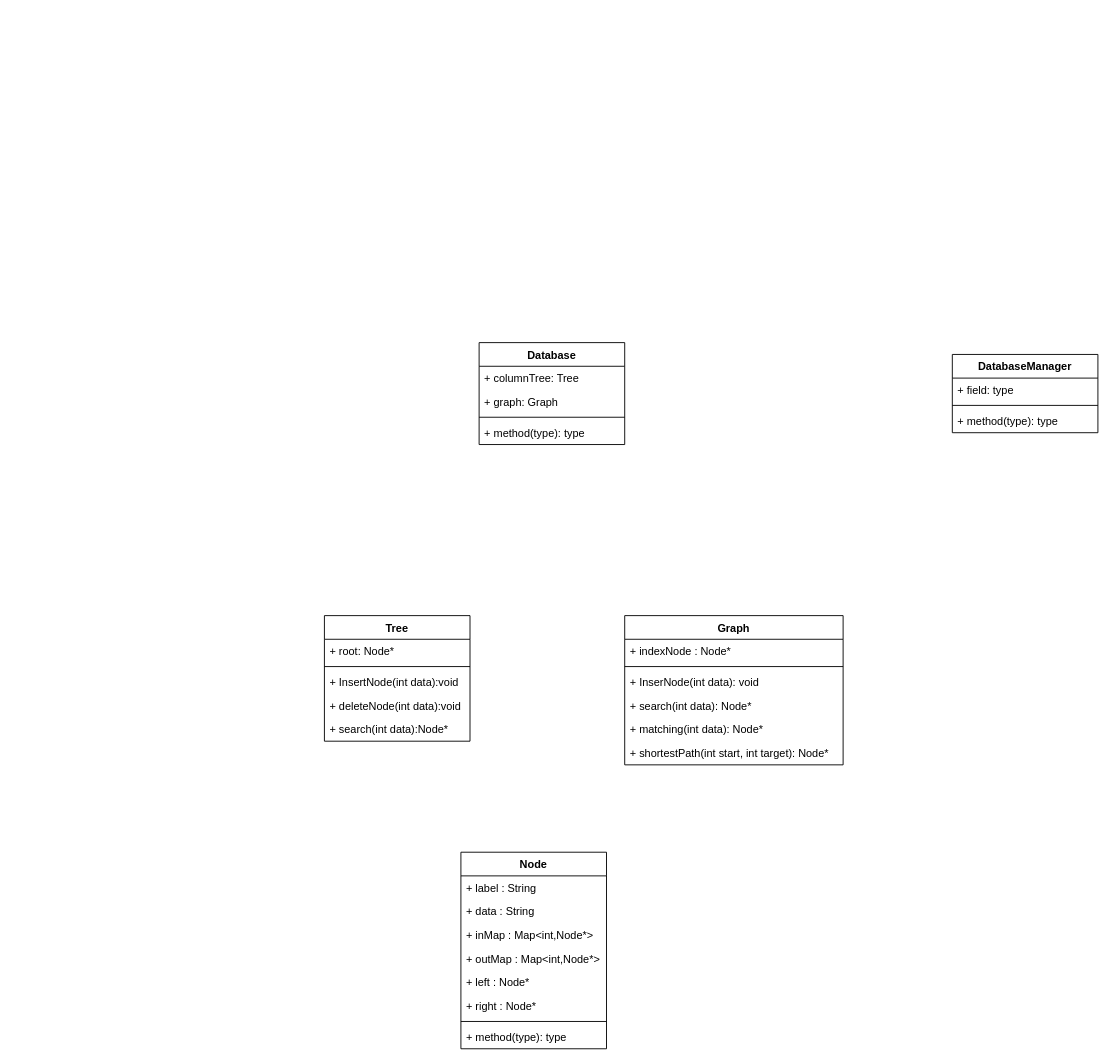
Before: classDiagram.drawio in oshan35/Graph-Based-Data-Management-Tool, a draw.io diagram. Source tidied: cells renumbered, new cells numbered last; positions are measured from the earlier drawing's top-left corner, leaving out a move shared by most shapes. Both pictures are drawn from the tidied source at 91%, with x=0, y=0 at pixel (324, 342).
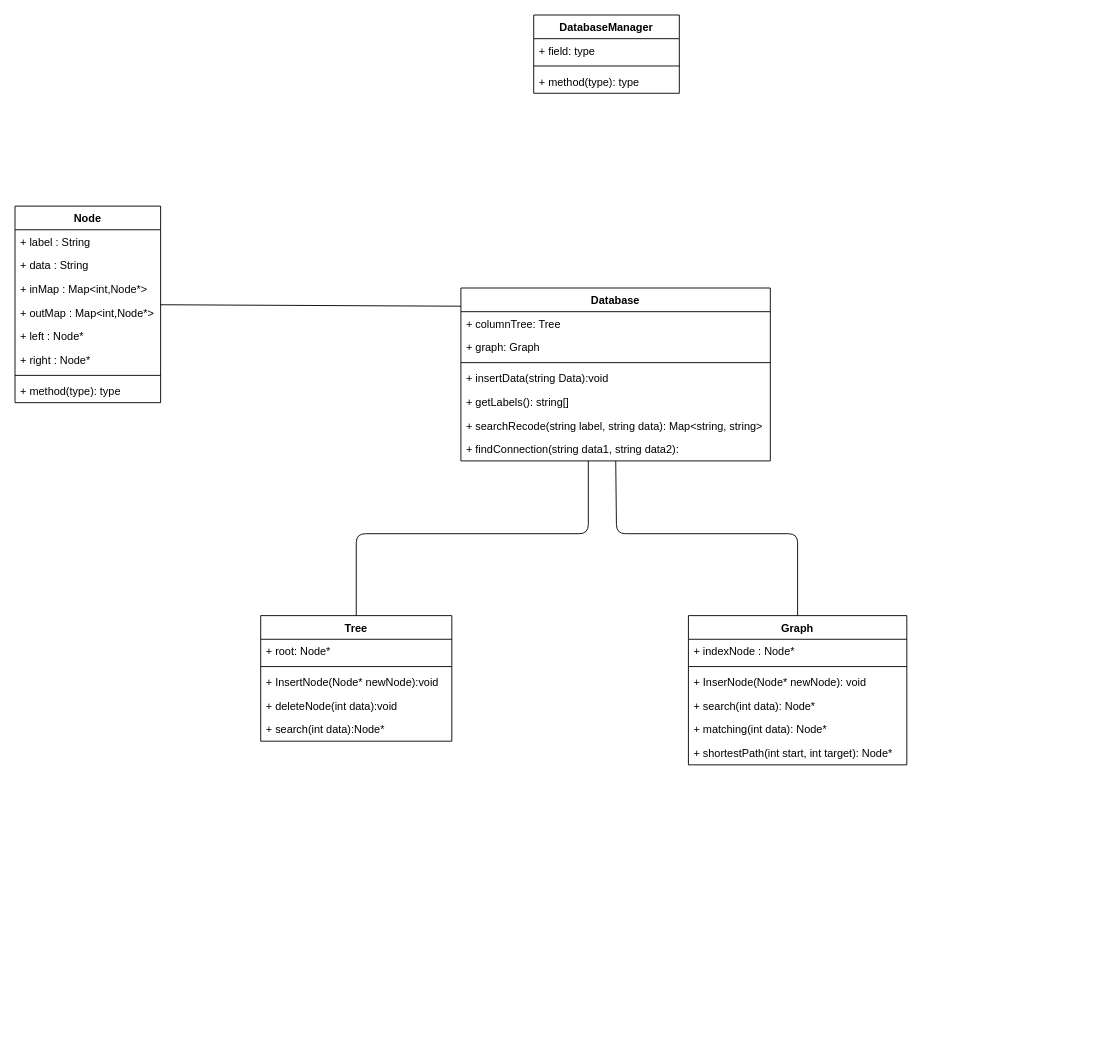
Above is the later version.

Commit message:
changes to class diagram

The edit, as a diff of the source:
```diff
@@
     <mxCell id="2" value="Node" style="swimlane;fontStyle=1;align=center;verticalAlign=top;horizontal=1;startSize=26;" parent="1" vertex="1">
-      <mxGeometry x="150" y="560" width="160" height="216" as="geometry" />
+      <mxGeometry x="-340" y="-150" width="160" height="216" as="geometry" />
     </mxCell>
@@
     <mxCell id="11" value="Graph&#10;" style="swimlane;fontStyle=1;align=center;verticalAlign=top;horizontal=1;startSize=26;" parent="1" vertex="1">
-      <mxGeometry x="330" y="300" width="240" height="164" as="geometry" />
+      <mxGeometry x="400" y="300" width="240" height="164" as="geometry" />
     </mxCell>
@@
-    <mxCell id="14" value="+ InserNode(int data): void" style="text;strokeColor=none;fillColor=none;align=left;verticalAlign=top;spacingLeft=4;spacingRight=4;overflow=hidden;" parent="11" vertex="1">
+    <mxCell id="14" value="+ InserNode(Node* newNode): void" style="text;strokeColor=none;fillColor=none;align=left;verticalAlign=top;spacingLeft=4;spacingRight=4;overflow=hidden;" parent="11" vertex="1">
       <mxGeometry y="60" width="240" height="26" as="geometry" />
     </mxCell>
@@
     <mxCell id="18" value="Tree&#10;" style="swimlane;fontStyle=1;align=center;verticalAlign=top;horizontal=1;startSize=26;" parent="1" vertex="1">
-      <mxGeometry y="300" width="160" height="138" as="geometry" />
+      <mxGeometry x="-70" y="300" width="210" height="138" as="geometry" />
     </mxCell>
     <mxCell id="19" value="+ root: Node*" style="text;strokeColor=none;fillColor=none;align=left;verticalAlign=top;spacingLeft=4;spacingRight=4;overflow=hidden;" parent="18" vertex="1">
-      <mxGeometry y="26" width="160" height="26" as="geometry" />
+      <mxGeometry y="26" width="210" height="26" as="geometry" />
     </mxCell>
     <mxCell id="20" style="line;strokeWidth=1;fillColor=none;align=left;verticalAlign=middle;spacingTop=-1;spacingLeft=3;spacingRight=3;labelPosition=right;" parent="18" vertex="1">
-      <mxGeometry y="52" width="160" height="8" as="geometry" />
+      <mxGeometry y="52" width="210" height="8" as="geometry" />
     </mxCell>
-    <mxCell id="21" value="+ InsertNode(int data):void" style="text;strokeColor=none;fillColor=none;align=left;verticalAlign=top;spacingLeft=4;spacingRight=4;overflow=hidden;" parent="18" vertex="1">
-      <mxGeometry y="60" width="160" height="26" as="geometry" />
+    <mxCell id="21" value="+ InsertNode(Node* newNode):void" style="text;strokeColor=none;fillColor=none;align=left;verticalAlign=top;spacingLeft=4;spacingRight=4;overflow=hidden;" parent="18" vertex="1">
+      <mxGeometry y="60" width="210" height="26" as="geometry" />
     </mxCell>
     <mxCell id="22" value="+ deleteNode(int data):void" style="text;strokeColor=none;fillColor=none;align=left;verticalAlign=top;spacingLeft=4;spacingRight=4;overflow=hidden;" parent="18" vertex="1">
-      <mxGeometry y="86" width="160" height="26" as="geometry" />
+      <mxGeometry y="86" width="210" height="26" as="geometry" />
     </mxCell>
     <mxCell id="23" value="+ search(int data):Node*" style="text;strokeColor=none;fillColor=none;align=left;verticalAlign=top;spacingLeft=4;spacingRight=4;overflow=hidden;" parent="18" vertex="1">
-      <mxGeometry y="112" width="160" height="26" as="geometry" />
+      <mxGeometry y="112" width="210" height="26" as="geometry" />
     </mxCell>
     <mxCell id="24" value="Database" style="swimlane;fontStyle=1;align=center;verticalAlign=top;horizontal=1;startSize=26;" parent="1" vertex="1">
-      <mxGeometry x="170" width="160" height="112" as="geometry" />
+      <mxGeometry x="150" y="-60" width="340" height="190" as="geometry" />
     </mxCell>
     <mxCell id="25" value="+ columnTree: Tree" style="text;strokeColor=none;fillColor=none;align=left;verticalAlign=top;spacingLeft=4;spacingRight=4;overflow=hidden;" parent="24" vertex="1">
-      <mxGeometry y="26" width="160" height="26" as="geometry" />
+      <mxGeometry y="26" width="340" height="26" as="geometry" />
     </mxCell>
     <mxCell id="26" value="+ graph: Graph" style="text;strokeColor=none;fillColor=none;align=left;verticalAlign=top;spacingLeft=4;spacingRight=4;overflow=hidden;" parent="24" vertex="1">
-      <mxGeometry y="52" width="160" height="26" as="geometry" />
+      <mxGeometry y="52" width="340" height="26" as="geometry" />
     </mxCell>
     <mxCell id="27" style="line;strokeWidth=1;fillColor=none;align=left;verticalAlign=middle;spacingTop=-1;spacingLeft=3;spacingRight=3;labelPosition=right;" parent="24" vertex="1">
-      <mxGeometry y="78" width="160" height="8" as="geometry" />
+      <mxGeometry y="78" width="340" height="8" as="geometry" />
     </mxCell>
-    <mxCell id="28" value="+ method(type): type" style="text;strokeColor=none;fillColor=none;align=left;verticalAlign=top;spacingLeft=4;spacingRight=4;overflow=hidden;" parent="24" vertex="1">
-      <mxGeometry y="86" width="160" height="26" as="geometry" />
+    <mxCell id="28" value="+ insertData(string Data):void" style="text;strokeColor=none;fillColor=none;align=left;verticalAlign=top;spacingLeft=4;spacingRight=4;overflow=hidden;" parent="24" vertex="1">
+      <mxGeometry y="86" width="340" height="26" as="geometry" />
     </mxCell>
+    <mxCell id="33" value="+ getLabels(): string[]" style="text;strokeColor=none;fillColor=none;align=left;verticalAlign=top;spacingLeft=4;spacingRight=4;overflow=hidden;" parent="24" vertex="1">
+      <mxGeometry y="112" width="340" height="26" as="geometry" />
+    </mxCell>
+    <mxCell id="34" value="+ searchRecode(string label, string data): Map&lt;string, string&gt;&#10;" style="text;strokeColor=none;fillColor=none;align=left;verticalAlign=top;spacingLeft=4;spacingRight=4;overflow=hidden;" parent="24" vertex="1">
+      <mxGeometry y="138" width="340" height="26" as="geometry" />
+    </mxCell>
+    <mxCell id="35" value="+ findConnection(string data1, string data2):" style="text;strokeColor=none;fillColor=none;align=left;verticalAlign=top;spacingLeft=4;spacingRight=4;overflow=hidden;points=[[0,0.5],[1,0.5]];portConstraint=eastwest;" parent="24" vertex="1">
+      <mxGeometry y="164" width="340" height="26" as="geometry" />
+    </mxCell>
     <mxCell id="29" value="DatabaseManager" style="swimlane;fontStyle=1;align=center;verticalAlign=top;horizontal=1;startSize=26;" parent="1" vertex="1">
-      <mxGeometry x="690" y="13" width="160" height="86" as="geometry" />
+      <mxGeometry x="230" y="-360" width="160" height="86" as="geometry" />
     </mxCell>
@@
+    <mxCell id="36" style="endArrow=none;html=1;" parent="1" edge="1" source="2">
+      <mxGeometry relative="1" as="geometry">
+        <mxPoint x="150" y="-40" as="targetPoint" />
+      </mxGeometry>
+    </mxCell>
+    <mxCell id="37" style="endArrow=none;html=1;exitX=0.5;exitY=0;exitDx=0;exitDy=0;" parent="1" edge="1" source="18">
+      <mxGeometry relative="1" as="geometry">
+        <mxPoint x="290" y="130" as="targetPoint" />
+        <Array as="points">
+          <mxPoint x="35" y="210" />
+          <mxPoint x="290" y="210" />
+        </Array>
+      </mxGeometry>
+    </mxCell>
+    <mxCell id="38" style="endArrow=none;html=1;exitX=0.5;exitY=0;exitDx=0;exitDy=0;" parent="1" edge="1" source="11" target="35">
+      <mxGeometry relative="1" as="geometry">
+        <Array as="points">
+          <mxPoint x="520" y="210" />
+          <mxPoint x="321" y="210" />
+        </Array>
+      </mxGeometry>
+    </mxCell>
```
